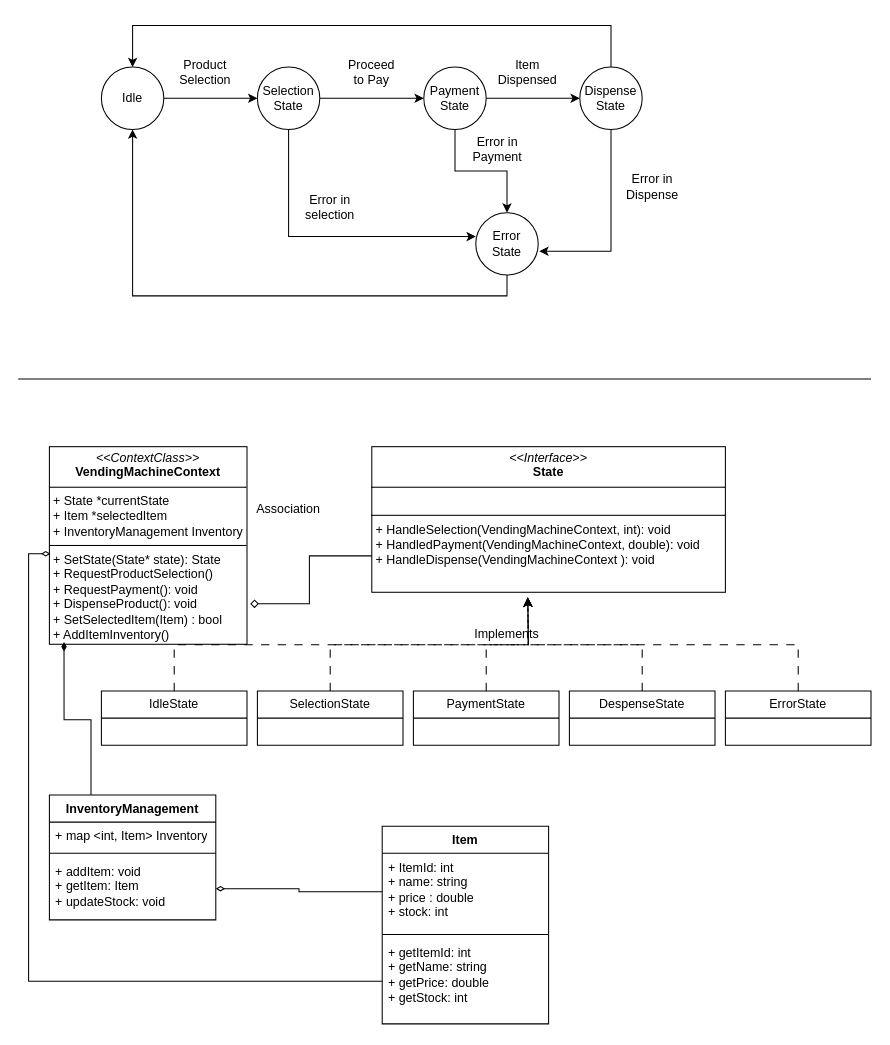
The draw.io diagram VendingMachine.drawio in arjitss/system-design-diagrams, before the edit. Source tidied: cells renumbered, new cells numbered last; positions are measured from the earlier drawing's top-left corner, leaving out a move shared by most shapes. Both pictures are drawn from the tidied source at 104%, with x=0, y=0 at pixel (18, 25).
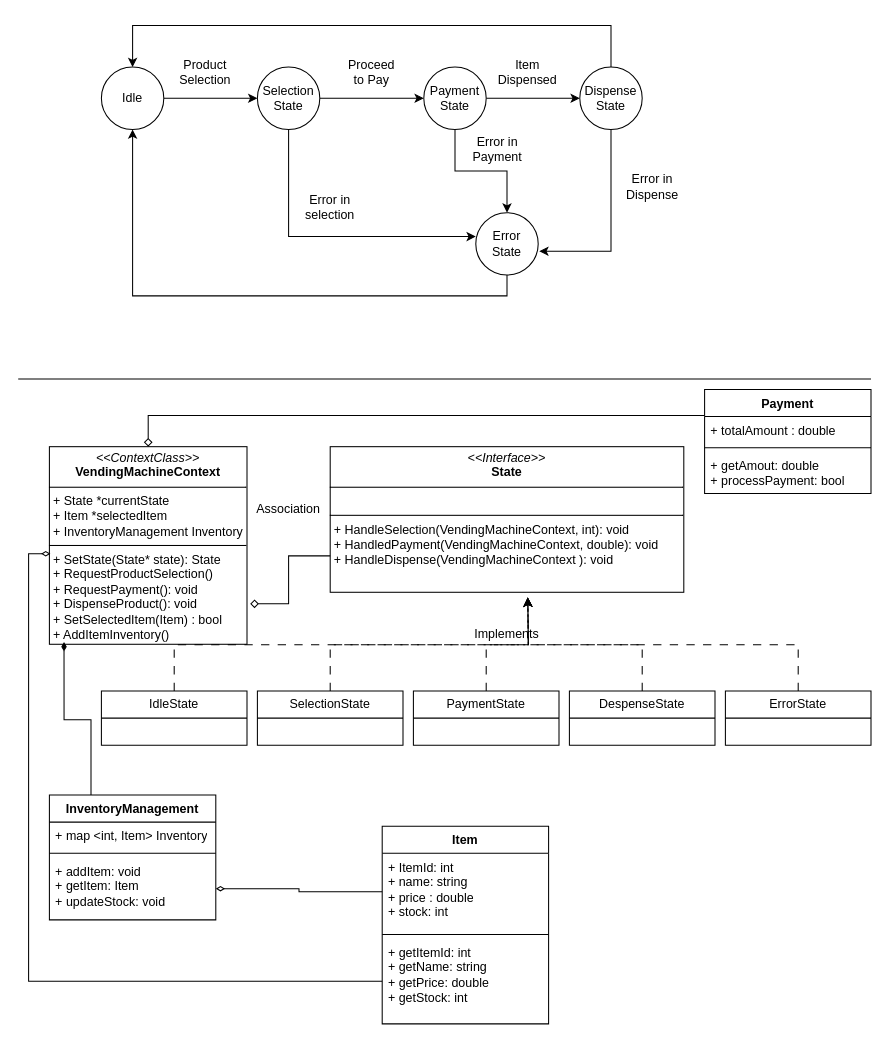
After the change.

The change refers to these unchanged cells:
```xml
<mxCell id="23" value="&lt;p style=&quot;margin:0px;margin-top:4px;text-align:center;&quot;&gt;&lt;i&gt;&amp;lt;&amp;lt;ContextClass&amp;gt;&amp;gt;&lt;/i&gt;&lt;br&gt;&lt;b&gt;VendingMachineContext&lt;/b&gt;&lt;/p&gt;&lt;hr size=&quot;1&quot; style=&quot;border-style:solid;&quot;&gt;&lt;p style=&quot;margin:0px;margin-left:4px;&quot;&gt;+ State *currentState&lt;/p&gt;&lt;p style=&quot;margin:0px;margin-left:4px;&quot;&gt;+ Item *selectedItem&lt;/p&gt;&lt;p style=&quot;margin:0px;margin-left:4px;&quot;&gt;+ InventoryManagement Inventory&lt;/p&gt;&lt;hr size=&quot;1&quot; style=&quot;border-style:solid;&quot;&gt;&lt;p style=&quot;margin:0px;margin-left:4px;&quot;&gt;+ SetState(State* state): State&lt;/p&gt;&lt;p style=&quot;margin:0px;margin-left:4px;&quot;&gt;+ RequestProductSelection()&lt;/p&gt;&lt;p style=&quot;margin:0px;margin-left:4px;&quot;&gt;+ RequestPayment(): void&lt;/p&gt;&lt;p style=&quot;margin:0px;margin-left:4px;&quot;&gt;+ DispenseProduct(): void&lt;/p&gt;&lt;p style=&quot;margin:0px;margin-left:4px;&quot;&gt;+ SetSelectedItem(Item) : bool&lt;/p&gt;&lt;p style=&quot;margin:0px;margin-left:4px;&quot;&gt;+ AddItemInventory()&lt;/p&gt;" style="verticalAlign=top;align=left;overflow=fill;html=1;whiteSpace=wrap;" parent="1" vertex="1">
  <mxGeometry x="30" y="405" width="190" height="190" as="geometry" />
</mxCell>
```

The edit, as a diff of the source:
```diff
@@
     <mxCell id="22" value="&lt;p style=&quot;margin:0px;margin-top:4px;text-align:center;&quot;&gt;&lt;i&gt;&amp;lt;&amp;lt;Interface&amp;gt;&amp;gt;&lt;/i&gt;&lt;br&gt;&lt;b&gt;State&lt;/b&gt;&lt;/p&gt;&lt;hr size=&quot;1&quot; style=&quot;border-style:solid;&quot;&gt;&lt;p style=&quot;margin:0px;margin-left:4px;&quot;&gt;&lt;br&gt;&lt;/p&gt;&lt;hr size=&quot;1&quot; style=&quot;border-style:solid;&quot;&gt;&lt;p style=&quot;margin:0px;margin-left:4px;&quot;&gt;+ HandleSelection(VendingMachineContext, int): void&lt;br&gt;+ HandledPayment(VendingMachineContext, double): void&lt;/p&gt;&lt;p style=&quot;margin:0px;margin-left:4px;&quot;&gt;+ HandleDispense(VendingMachineContext ): void&lt;/p&gt;" style="verticalAlign=top;align=left;overflow=fill;html=1;whiteSpace=wrap;" parent="1" vertex="1">
-      <mxGeometry x="340" y="405" width="340" height="140" as="geometry" />
+      <mxGeometry x="300" y="405" width="340" height="140" as="geometry" />
     </mxCell>
@@
+    <mxCell id="48" style="edgeStyle=orthogonalEdgeStyle;rounded=0;jettySize=auto;html=1;exitX=0;exitY=0.25;exitDx=0;exitDy=0;entryX=0.5;entryY=0;entryDx=0;entryDy=0;endArrow=diamond;endFill=0;" parent="1" edge="1" source="49" target="23">
+      <mxGeometry relative="1" as="geometry" />
+    </mxCell>
+    <mxCell id="49" value="Payment" style="swimlane;fontStyle=1;align=center;verticalAlign=top;horizontal=1;startSize=26;whiteSpace=wrap;html=1;" parent="1" vertex="1">
+      <mxGeometry x="660" y="350" width="160" height="100" as="geometry" />
+    </mxCell>
+    <mxCell id="50" value="+ totalAmount : double" style="text;strokeColor=none;fillColor=none;align=left;verticalAlign=top;spacingLeft=4;spacingRight=4;overflow=hidden;whiteSpace=wrap;html=1;" parent="49" vertex="1">
+      <mxGeometry y="26" width="160" height="26" as="geometry" />
+    </mxCell>
+    <mxCell id="51" style="line;strokeWidth=1;fillColor=none;align=left;verticalAlign=middle;spacingTop=-1;spacingLeft=3;spacingRight=3;labelPosition=right;strokeColor=inherit;" parent="49" vertex="1">
+      <mxGeometry y="52" width="160" height="8" as="geometry" />
+    </mxCell>
+    <mxCell id="52" value="+ getAmout: double&lt;div&gt;+ processPayment: bool&lt;/div&gt;" style="text;strokeColor=none;fillColor=none;align=left;verticalAlign=top;spacingLeft=4;spacingRight=4;overflow=hidden;whiteSpace=wrap;html=1;" parent="49" vertex="1">
+      <mxGeometry y="60" width="160" height="40" as="geometry" />
+    </mxCell>
```
